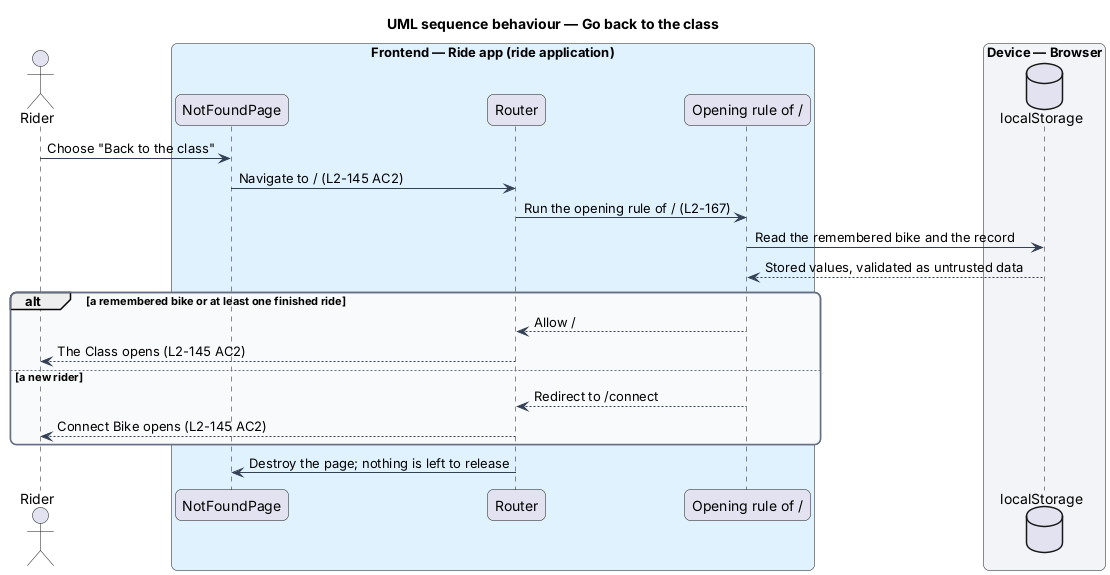
This is docs/detailed-designs/ui/show-page-not-found/diagrams/sequence-go-back-to-the-class.png from QuinntyneBrown/ride-one, a PlantUML export, as it was before one commit.
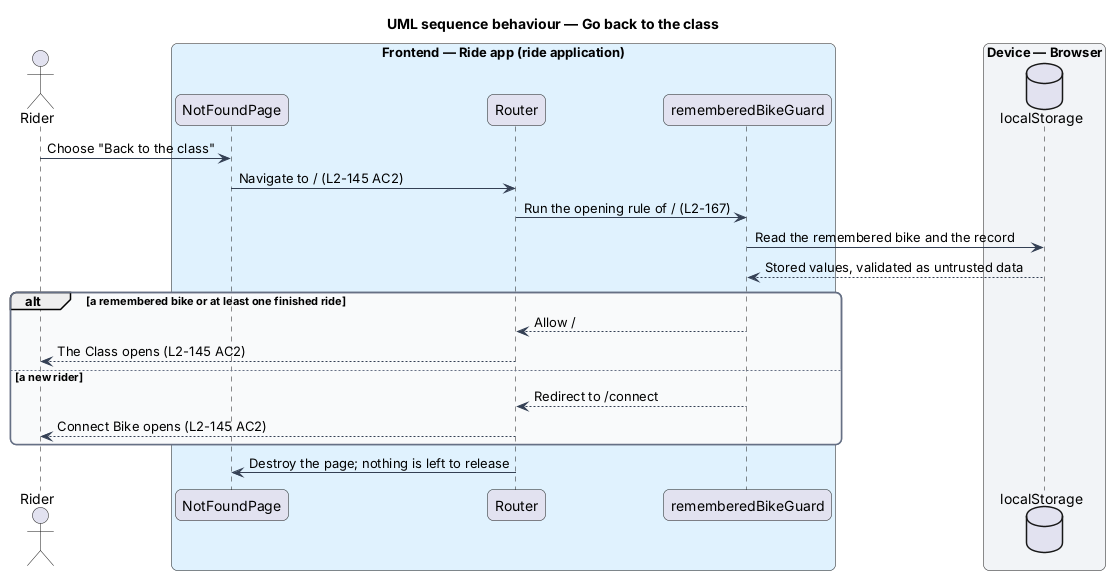
Later version of the same file.

The edit, as a diff of the source:
```diff
@@ -18,7 +18,7 @@
 box "Frontend — Ride app (ride application)" #E0F2FE
   participant "NotFoundPage" as page
   participant "Router" as router
-  participant "Opening rule of /" as opening
+  participant "rememberedBikeGuard" as opening
 end box
 box "Device — Browser" #F2F4F7
   database "localStorage" as storage
```
